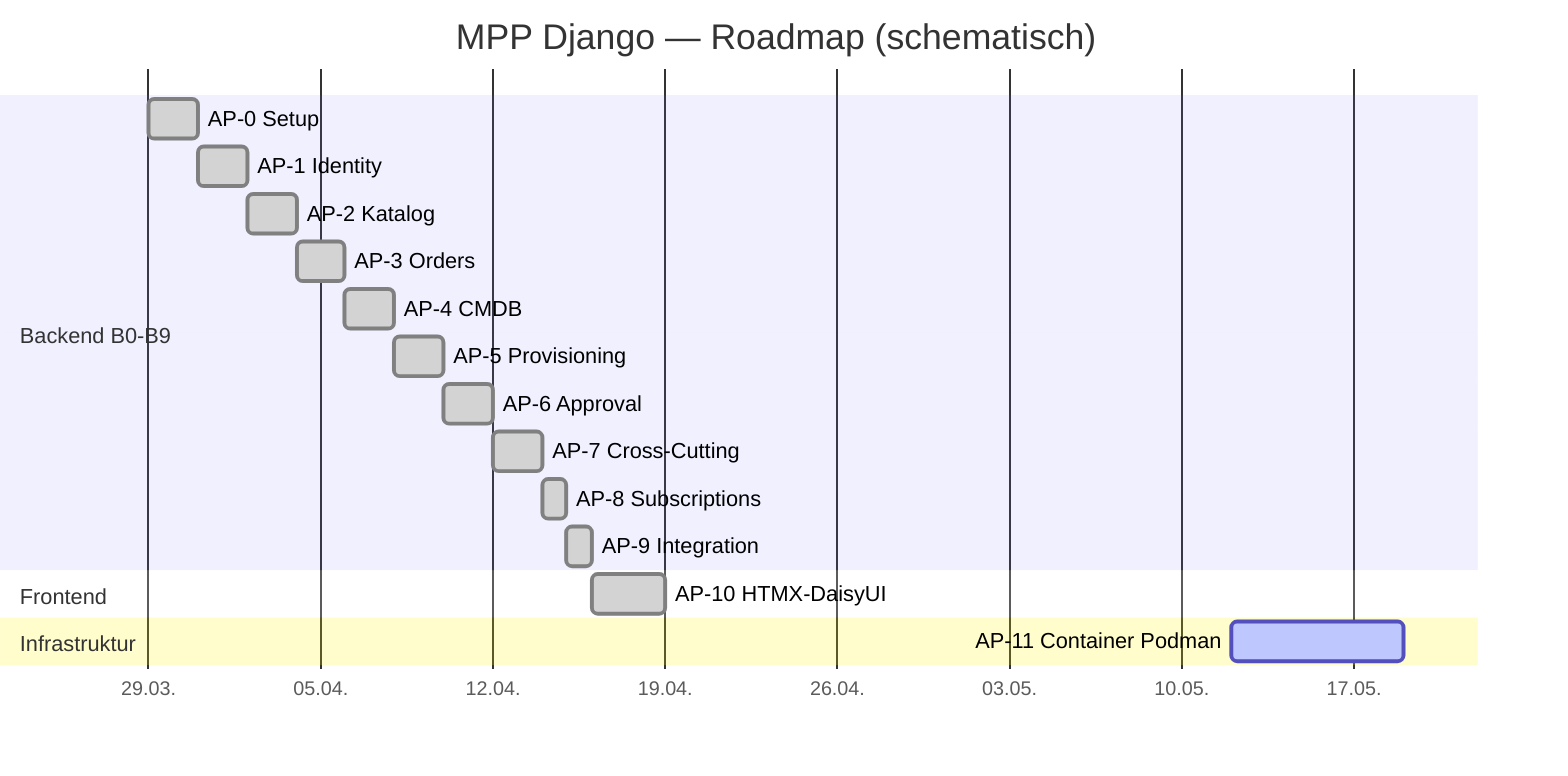
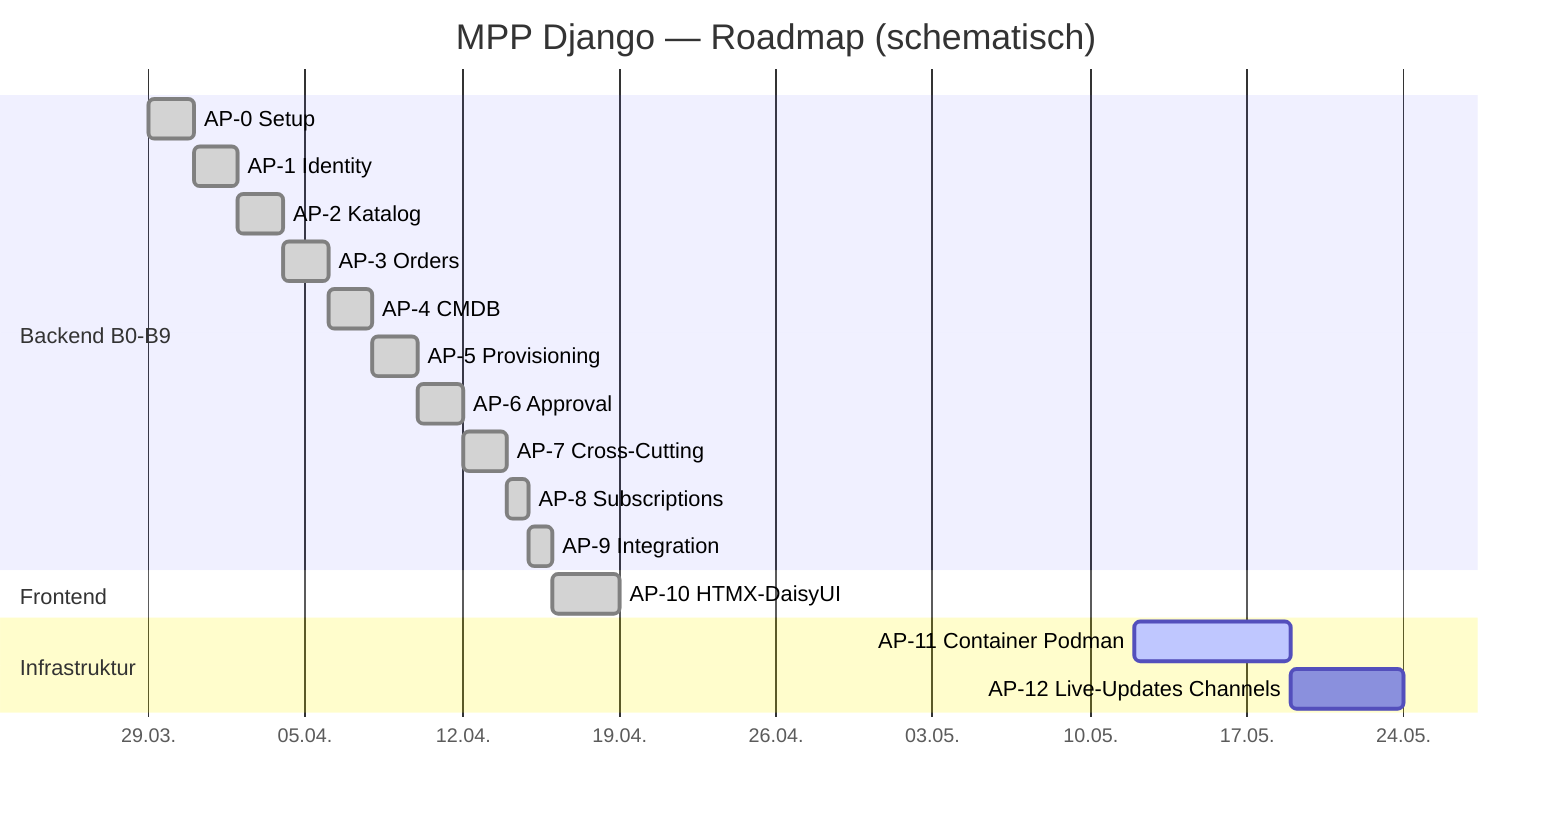
gantt
    title MPP Django — Roadmap (schematisch)
    dateFormat YYYY-MM-DD
    axisFormat %d.%m.
    section Backend B0-B9
    AP-0 Setup            :done, a0, 2026-03-29, 2d
    AP-1 Identity         :done, a1, 2026-03-31, 2d
    AP-2 Katalog          :done, a2, 2026-04-02, 2d
    AP-3 Orders           :done, a3, 2026-04-04, 2d
    AP-4 CMDB             :done, a4, 2026-04-06, 2d
    AP-5 Provisioning     :done, a5, 2026-04-08, 2d
    AP-6 Approval         :done, a6, 2026-04-10, 2d
    AP-7 Cross-Cutting    :done, a7, 2026-04-12, 2d
    AP-8 Subscriptions    :done, a8, 2026-04-14, 1d
    AP-9 Integration      :done, a9, 2026-04-15, 1d
    section Frontend
    AP-10 HTMX-DaisyUI    :done, a10, 2026-04-16, 3d
    section Infrastruktur
    AP-11 Container Podman :active, a11, 2026-05-12, 7d
+     AP-12 Live-Updates Channels :a12, 2026-05-19, 5d
